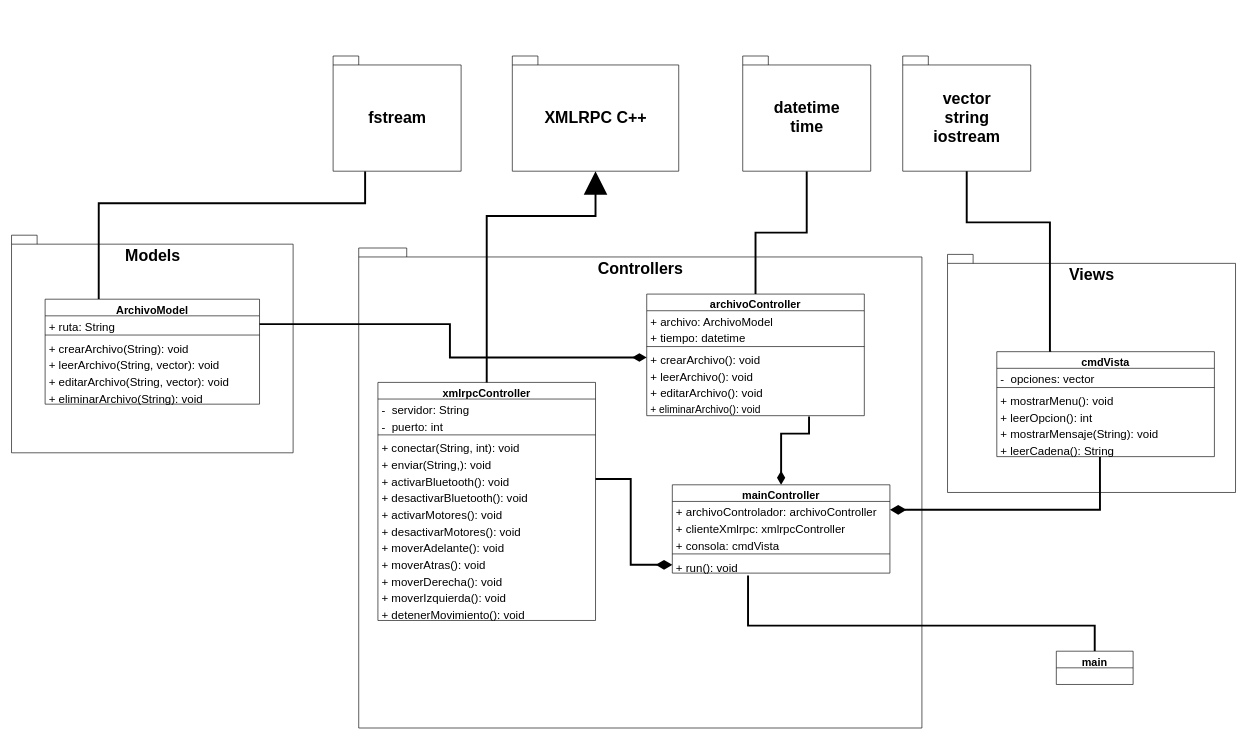
This is informe/diagramaClaseCliente.drawio from Mario-dango/control_tank, a draw.io file, before an edit. Source tidied: cells renumbered, new cells numbered last; positions are measured from the earlier drawing's top-left corner, leaving out a move shared by most shapes. Both pictures are drawn from the tidied source at 64%, with x=0, y=0 at pixel (12, 56).
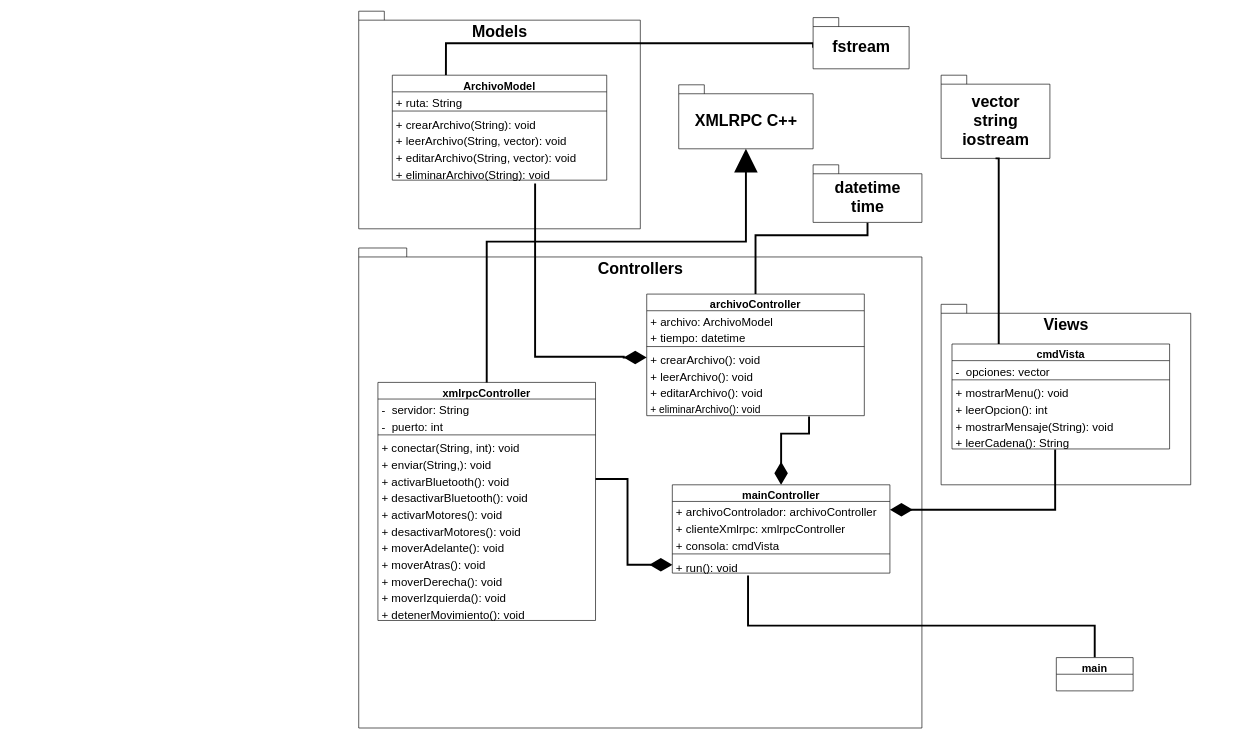
The same page after the edit.

Unchanged cells that the change refers to:
```xml
<mxCell id="14" value="+ leerCadena(): String" style="text;strokeColor=none;fillColor=none;align=left;verticalAlign=top;spacingLeft=4;spacingRight=4;overflow=hidden;points=[[0,0.5],[1,0.5]];portConstraint=eastwest;fontSize=18;" parent="8" vertex="1">
  <mxGeometry y="138" width="340" height="26" as="geometry" />
</mxCell>
<mxCell id="16" value="archivoController" style="swimlane;fontStyle=1;align=center;verticalAlign=top;horizontal=1;startSize=26;fontSize=17;" parent="1" vertex="1">
  <mxGeometry x="992" y="372" width="340" height="190" as="geometry" />
</mxCell>
<mxCell id="20" value="+ crearArchivo(): void" style="text;strokeColor=none;fillColor=none;align=left;verticalAlign=top;spacingLeft=4;spacingRight=4;overflow=hidden;points=[[0,0.5],[1,0.5]];portConstraint=eastwest;fontSize=18;" parent="16" vertex="1">
  <mxGeometry y="86" width="340" height="26" as="geometry" />
</mxCell>
<mxCell id="23" value="+ eliminarArchivo(): void" style="text;strokeColor=none;fillColor=none;align=left;verticalAlign=top;spacingLeft=4;spacingRight=4;overflow=hidden;points=[[0,0.5],[1,0.5]];portConstraint=eastwest;fontSize=16;" parent="16" vertex="1">
  <mxGeometry y="164" width="340" height="26" as="geometry" />
</mxCell>
<mxCell id="25" value="mainController" style="swimlane;fontStyle=1;align=center;verticalAlign=top;horizontal=1;startSize=26;fontSize=17;" parent="1" vertex="1">
  <mxGeometry x="1032" y="670" width="340" height="138" as="geometry" />
</mxCell>
<mxCell id="26" value="+ archivoControlador: archivoController" style="text;strokeColor=none;fillColor=none;align=left;verticalAlign=top;spacingLeft=4;spacingRight=4;overflow=hidden;points=[[0,0.5],[1,0.5]];portConstraint=eastwest;fontSize=18;" parent="25" vertex="1">
  <mxGeometry y="26" width="340" height="26" as="geometry" />
</mxCell>
<mxCell id="30" value="+ run(): void" style="text;strokeColor=none;fillColor=none;align=left;verticalAlign=top;spacingLeft=4;spacingRight=4;overflow=hidden;points=[[0,0.5],[1,0.5]];portConstraint=eastwest;fontSize=18;" parent="25" vertex="1">
  <mxGeometry y="112" width="340" height="26" as="geometry" />
</mxCell>
<mxCell id="31" value="xmlrpcController" style="swimlane;fontStyle=1;align=center;verticalAlign=top;horizontal=1;startSize=26;fontSize=17;" parent="1" vertex="1">
  <mxGeometry x="572" y="510" width="340" height="372" as="geometry" />
</mxCell>
<mxCell id="37" value="+ activarBluetooth(): void" style="text;strokeColor=none;fillColor=none;align=left;verticalAlign=top;spacingLeft=4;spacingRight=4;overflow=hidden;points=[[0,0.5],[1,0.5]];portConstraint=eastwest;fontSize=18;" parent="31" vertex="1">
  <mxGeometry y="138" width="340" height="26" as="geometry" />
</mxCell>
<mxCell id="48" value="+ ruta: String" style="text;strokeColor=none;fillColor=none;align=left;verticalAlign=top;spacingLeft=4;spacingRight=4;overflow=hidden;points=[[0,0.5],[1,0.5]];portConstraint=eastwest;fontSize=18;" parent="47" vertex="1">
  <mxGeometry y="26" width="335" height="26" as="geometry" />
</mxCell>
<mxCell id="53" value="+ eliminarArchivo(String): void" style="text;strokeColor=none;fillColor=none;align=left;verticalAlign=top;spacingLeft=4;spacingRight=4;overflow=hidden;points=[[0,0.5],[1,0.5]];portConstraint=eastwest;fontSize=18;" parent="47" vertex="1">
  <mxGeometry y="138" width="335" height="26" as="geometry" />
</mxCell>
```

Diff of the diagram source:
```diff
@@
     <mxCell id="2" value="&lt;font style=&quot;font-size: 25px;&quot;&gt;Views&lt;br&gt;&lt;/font&gt;" style="shape=folder;fontStyle=1;spacingTop=10;tabWidth=40;tabHeight=14;tabPosition=left;html=1;verticalAlign=top;" parent="1" vertex="1">
-      <mxGeometry x="1462" y="310" width="450" height="372" as="geometry" />
+      <mxGeometry x="1452" y="388" width="390" height="282" as="geometry" />
     </mxCell>
@@
     <mxCell id="4" value="&lt;font style=&quot;font-size: 25px;&quot;&gt;Models&lt;br&gt;&lt;br&gt;&lt;/font&gt;" style="shape=folder;fontStyle=1;spacingTop=10;tabWidth=40;tabHeight=14;tabPosition=left;html=1;verticalAlign=top;" parent="1" vertex="1">
-      <mxGeometry x="-0.5" y="280" width="440" height="340" as="geometry" />
+      <mxGeometry x="542" y="-70" width="440" height="340" as="geometry" />
     </mxCell>
     <mxCell id="5" value="&lt;font style=&quot;font-size: 25px;&quot;&gt;XMLRPC C++&lt;br&gt;&lt;/font&gt;" style="shape=folder;fontStyle=1;spacingTop=10;tabWidth=40;tabHeight=14;tabPosition=left;html=1;verticalAlign=middle;" parent="1" vertex="1">
-      <mxGeometry x="782" width="260" height="180" as="geometry" />
+      <mxGeometry x="1042" y="45" width="210" height="100" as="geometry" />
     </mxCell>
     <mxCell id="6" value="&lt;font style=&quot;font-size: 25px;&quot;&gt;vector&lt;br&gt;string&lt;br&gt;iostream&lt;br&gt;&lt;/font&gt;" style="shape=folder;fontStyle=1;spacingTop=10;tabWidth=40;tabHeight=14;tabPosition=left;html=1;verticalAlign=middle;" parent="1" vertex="1">
-      <mxGeometry x="1392" width="200" height="180" as="geometry" />
+      <mxGeometry x="1452" y="30" width="170" height="130" as="geometry" />
     </mxCell>
     <mxCell id="7" style="edgeStyle=orthogonalEdgeStyle;rounded=0;jumpSize=8;jettySize=auto;html=1;exitX=0.25;exitY=0;exitDx=0;exitDy=0;entryX=0.5;entryY=1;entryDx=0;entryDy=0;entryPerimeter=0;strokeWidth=3;fontSize=16;startArrow=none;startFill=0;endArrow=none;endFill=0;startSize=17;endSize=14;" parent="1" edge="1" source="8" target="6">
       <mxGeometry relative="1" as="geometry">
         <Array as="points">
-          <mxPoint x="1622" y="462" />
-          <mxPoint x="1622" y="260" />
-          <mxPoint x="1492" y="260" />
+          <mxPoint x="1554" y="462" />
+          <mxPoint x="1542" y="462" />
+          <mxPoint x="1542" y="160" />
         </Array>
       </mxGeometry>
     </mxCell>
     <mxCell id="8" value="cmdVista" style="swimlane;fontStyle=1;align=center;verticalAlign=top;horizontal=1;startSize=26;fontSize=17;" parent="1" vertex="1">
-      <mxGeometry x="1539" y="462" width="340" height="164" as="geometry" />
+      <mxGeometry x="1469" y="450" width="340" height="164" as="geometry" />
     </mxCell>
@@
     <mxCell id="15" style="edgeStyle=orthogonalEdgeStyle;rounded=0;jumpSize=8;jettySize=auto;html=1;exitX=0.5;exitY=0;exitDx=0;exitDy=0;entryX=0.5;entryY=1;entryDx=0;entryDy=0;entryPerimeter=0;strokeWidth=3;fontSize=16;startArrow=none;startFill=0;endArrow=none;endFill=0;startSize=17;endSize=14;" parent="1" edge="1" source="16" target="59">
-      <mxGeometry relative="1" as="geometry" />
+      <mxGeometry relative="1" as="geometry">
+        <Array as="points">
+          <mxPoint x="1162" y="280" />
+          <mxPoint x="1337" y="280" />
+        </Array>
+      </mxGeometry>
     </mxCell>
@@
-    <mxCell id="24" style="edgeStyle=orthogonalEdgeStyle;rounded=0;jettySize=auto;html=1;exitX=0.5;exitY=0;exitDx=0;exitDy=0;entryX=0.746;entryY=1.046;entryDx=0;entryDy=0;fontSize=18;entryPerimeter=0;endArrow=none;endFill=0;startArrow=diamondThin;startFill=1;strokeWidth=3;endSize=16;startSize=13;" parent="1" edge="1" source="25" target="23">
+    <mxCell id="24" style="edgeStyle=orthogonalEdgeStyle;rounded=0;jettySize=auto;html=1;exitX=0.5;exitY=0;exitDx=0;exitDy=0;entryX=0.746;entryY=1.046;entryDx=0;entryDy=0;fontSize=18;entryPerimeter=0;endArrow=none;endFill=0;startArrow=diamondThin;startFill=1;strokeWidth=3;endSize=27;startSize=27;" parent="1" edge="1" source="25" target="23">
       <mxGeometry relative="1" as="geometry">
         <Array as="points">
           <mxPoint x="1202" y="590" />
           <mxPoint x="1246" y="590" />
         </Array>
       </mxGeometry>
     </mxCell>
@@
-    <mxCell id="46" style="edgeStyle=orthogonalEdgeStyle;rounded=0;jumpSize=8;jettySize=auto;html=1;exitX=0.25;exitY=0;exitDx=0;exitDy=0;entryX=0.25;entryY=1;entryDx=0;entryDy=0;entryPerimeter=0;strokeWidth=3;fontSize=16;startArrow=none;startFill=0;endArrow=none;endFill=0;startSize=17;endSize=14;" parent="1" edge="1" source="47" target="60">
+    <mxCell id="46" style="edgeStyle=orthogonalEdgeStyle;rounded=0;jumpSize=8;jettySize=auto;html=1;exitX=0.25;exitY=0;exitDx=0;exitDy=0;entryX=0;entryY=0;entryDx=0;entryDy=47;entryPerimeter=0;strokeWidth=3;fontSize=16;startArrow=none;startFill=0;endArrow=none;endFill=0;startSize=17;endSize=14;" parent="1" edge="1" source="47" target="60">
       <mxGeometry relative="1" as="geometry">
         <Array as="points">
-          <mxPoint x="136" y="230" />
-          <mxPoint x="552" y="230" />
+          <mxPoint x="678" y="-20" />
+          <mxPoint x="1252" y="-20" />
         </Array>
       </mxGeometry>
     </mxCell>
     <mxCell id="47" value="ArchivoModel" style="swimlane;fontStyle=1;align=center;verticalAlign=top;horizontal=1;startSize=26;fontSize=17;" parent="1" vertex="1">
-      <mxGeometry x="52" y="380" width="335" height="164" as="geometry" />
+      <mxGeometry x="594.5" y="30" width="335" height="164" as="geometry" />
     </mxCell>
@@
-    <mxCell id="54" style="edgeStyle=orthogonalEdgeStyle;rounded=0;jettySize=auto;html=1;exitX=0;exitY=0.5;exitDx=0;exitDy=0;entryX=1;entryY=0.5;entryDx=0;entryDy=0;fontSize=18;endArrow=none;endFill=0;startArrow=diamondThin;startFill=1;jumpSize=8;startSize=17;strokeWidth=3;" parent="1" edge="1" source="30" target="37">
+    <mxCell id="54" style="edgeStyle=orthogonalEdgeStyle;rounded=0;jettySize=auto;html=1;exitX=0;exitY=0.5;exitDx=0;exitDy=0;entryX=1;entryY=0.5;entryDx=0;entryDy=0;fontSize=18;endArrow=none;endFill=0;startArrow=diamondThin;startFill=1;jumpSize=8;startSize=27;strokeWidth=3;" parent="1" edge="1" source="30" target="37">
       <mxGeometry relative="1" as="geometry" />
     </mxCell>
-    <mxCell id="55" style="edgeStyle=orthogonalEdgeStyle;rounded=0;jettySize=auto;html=1;exitX=1;exitY=0.5;exitDx=0;exitDy=0;entryX=0;entryY=0.5;entryDx=0;entryDy=0;fontSize=16;strokeWidth=3;endArrow=diamondThin;endFill=1;endSize=14;" parent="1" edge="1" source="48" target="20">
-      <mxGeometry relative="1" as="geometry" />
+    <mxCell id="55" style="edgeStyle=orthogonalEdgeStyle;rounded=0;jettySize=auto;html=1;exitX=0.666;exitY=1.203;exitDx=0;exitDy=0;entryX=0;entryY=0.5;entryDx=0;entryDy=0;fontSize=16;strokeWidth=3;endArrow=diamondThin;endFill=1;endSize=27;startSize=27;exitPerimeter=0;" parent="1" edge="1" source="53" target="20">
+      <mxGeometry relative="1" as="geometry">
+        <Array as="points">
+          <mxPoint x="818" y="470" />
+          <mxPoint x="956" y="470" />
+        </Array>
+      </mxGeometry>
     </mxCell>
-    <mxCell id="56" style="edgeStyle=orthogonalEdgeStyle;rounded=0;jettySize=auto;html=1;exitX=1;exitY=0.5;exitDx=0;exitDy=0;entryX=0.474;entryY=1.026;entryDx=0;entryDy=0;entryPerimeter=0;fontSize=16;startArrow=diamondThin;startFill=1;endArrow=none;endFill=0;endSize=14;startSize=17;strokeWidth=3;" parent="1" edge="1" source="26" target="14">
+    <mxCell id="56" style="edgeStyle=orthogonalEdgeStyle;rounded=0;jettySize=auto;html=1;exitX=1;exitY=0.5;exitDx=0;exitDy=0;entryX=0.474;entryY=1.026;entryDx=0;entryDy=0;entryPerimeter=0;fontSize=16;startArrow=diamondThin;startFill=1;endArrow=none;endFill=0;endSize=14;startSize=27;strokeWidth=3;" parent="1" edge="1" source="26" target="14">
       <mxGeometry relative="1" as="geometry" />
     </mxCell>
@@
     <mxCell id="58" value="main" style="swimlane;fontStyle=1;align=center;verticalAlign=top;horizontal=1;startSize=26;fontSize=17;" parent="1" vertex="1">
-      <mxGeometry x="1632" y="930" width="120" height="52" as="geometry" />
+      <mxGeometry x="1632" y="940" width="120" height="52" as="geometry" />
     </mxCell>
     <mxCell id="59" value="&lt;font style=&quot;font-size: 25px;&quot;&gt;datetime&lt;br&gt;time&lt;br&gt;&lt;/font&gt;" style="shape=folder;fontStyle=1;spacingTop=10;tabWidth=40;tabHeight=14;tabPosition=left;html=1;verticalAlign=middle;" parent="1" vertex="1">
-      <mxGeometry x="1142" width="200" height="180" as="geometry" />
+      <mxGeometry x="1252" y="170" width="170" height="90" as="geometry" />
     </mxCell>
     <mxCell id="60" value="&lt;font style=&quot;font-size: 25px;&quot;&gt;fstream&lt;br&gt;&lt;/font&gt;" style="shape=folder;fontStyle=1;spacingTop=10;tabWidth=40;tabHeight=14;tabPosition=left;html=1;verticalAlign=middle;" parent="1" vertex="1">
-      <mxGeometry x="502" width="200" height="180" as="geometry" />
+      <mxGeometry x="1252" y="-60" width="150" height="80" as="geometry" />
     </mxCell>
     <mxCell id="61" style="edgeStyle=orthogonalEdgeStyle;rounded=0;jettySize=auto;html=1;exitX=0.5;exitY=0;exitDx=0;exitDy=0;fontSize=16;endArrow=block;endFill=1;endSize=29;startSize=10;jumpSize=8;strokeWidth=3;entryX=0.5;entryY=1;entryDx=0;entryDy=0;entryPerimeter=0;" parent="1" edge="1" source="31" target="5">
       <mxGeometry relative="1" as="geometry">
         <Array as="points">
-          <mxPoint x="742" y="250" />
-          <mxPoint x="912" y="250" />
+          <mxPoint x="742" y="290" />
+          <mxPoint x="1147" y="290" />
         </Array>
       </mxGeometry>
     </mxCell>
```
